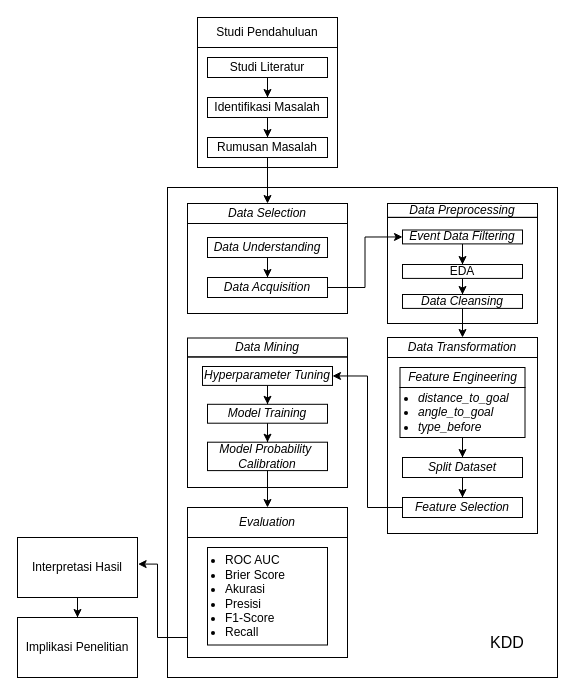
This is diagrams/Tahapan Penelitian.drawio from fadhilra101/skripsi, a draw.io file, before an edit. Source tidied: cells renumbered, new cells numbered last; positions are measured from the earlier drawing's top-left corner, leaving out a move shared by most shapes. Both pictures are drawn from the tidied source at 100%, with x=0, y=0 at pixel (17, 17).
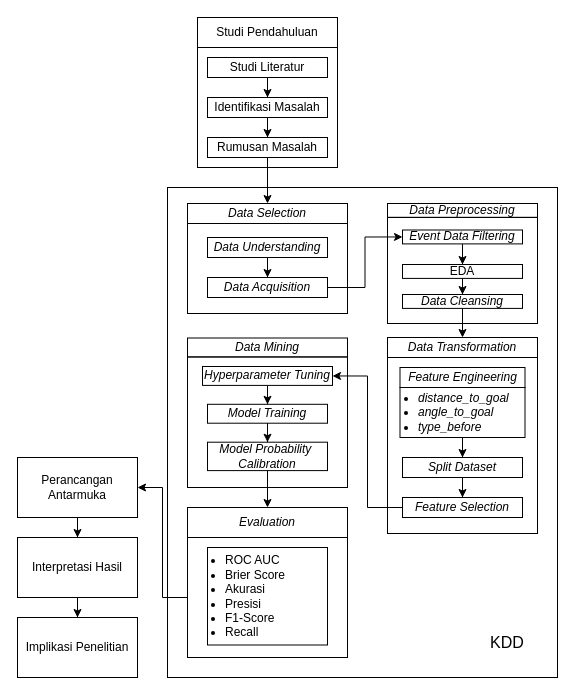
Above is the later version.

Unchanged cells that the change refers to:
```xml
<mxCell id="4" value="Interpretasi Hasil" style="rounded=0;whiteSpace=wrap;html=1;fillColor=none;" parent="1" vertex="1">
  <mxGeometry y="520" width="120" height="60" as="geometry" />
</mxCell>
<mxCell id="53" value="&lt;div&gt;&lt;br&gt;&lt;/div&gt;" style="rounded=0;whiteSpace=wrap;html=1;fillColor=none;align=left;verticalAlign=middle;labelPosition=center;verticalLabelPosition=middle;" parent="51" vertex="1">
  <mxGeometry y="30" width="160" height="120" as="geometry" />
</mxCell>
```

What changed in the source:
```diff
@@
-    <mxCell id="33" style="edgeStyle=orthogonalEdgeStyle;rounded=0;jettySize=auto;html=1;entryX=1.005;entryY=0.443;entryDx=0;entryDy=0;entryPerimeter=0;" parent="1" edge="1" source="53" target="4">
-      <mxGeometry relative="1" as="geometry">
-        <Array as="points">
-          <mxPoint x="140" y="620" />
-          <mxPoint x="140" y="547" />
-        </Array>
-      </mxGeometry>
-    </mxCell>
@@
+    <mxCell id="56" style="edgeStyle=orthogonalEdgeStyle;rounded=0;jettySize=auto;html=1;entryX=0.5;entryY=0;entryDx=0;entryDy=0;" parent="1" edge="1" source="57" target="4">
+      <mxGeometry relative="1" as="geometry" />
+    </mxCell>
+    <mxCell id="57" value="Perancangan Antarmuka" style="rounded=0;whiteSpace=wrap;html=1;fillColor=none;" parent="1" vertex="1">
+      <mxGeometry y="440" width="120" height="60" as="geometry" />
+    </mxCell>
+    <mxCell id="58" style="edgeStyle=orthogonalEdgeStyle;rounded=0;jettySize=auto;html=1;entryX=1;entryY=0.5;entryDx=0;entryDy=0;" parent="1" edge="1" source="53" target="57">
+      <mxGeometry relative="1" as="geometry" />
+    </mxCell>
```
